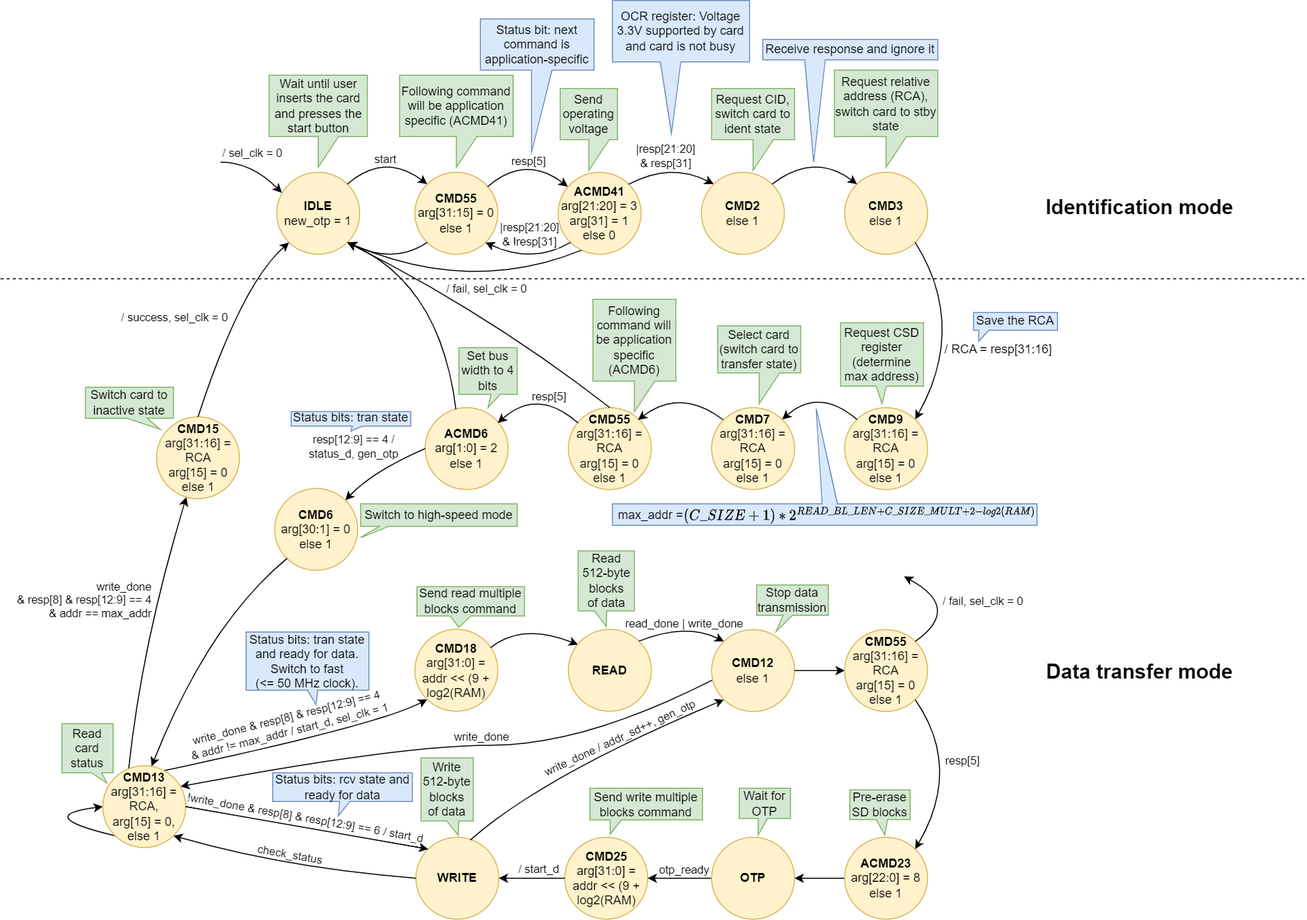
Before: docs/SD/SD_fpga_states.png, a diagram exported from draw.io (sirazenkov/GhostSD). Source tidied: cells renumbered, new cells last; positions are measured from the earlier drawing's top-left corner, leaving out a move shared by most shapes.
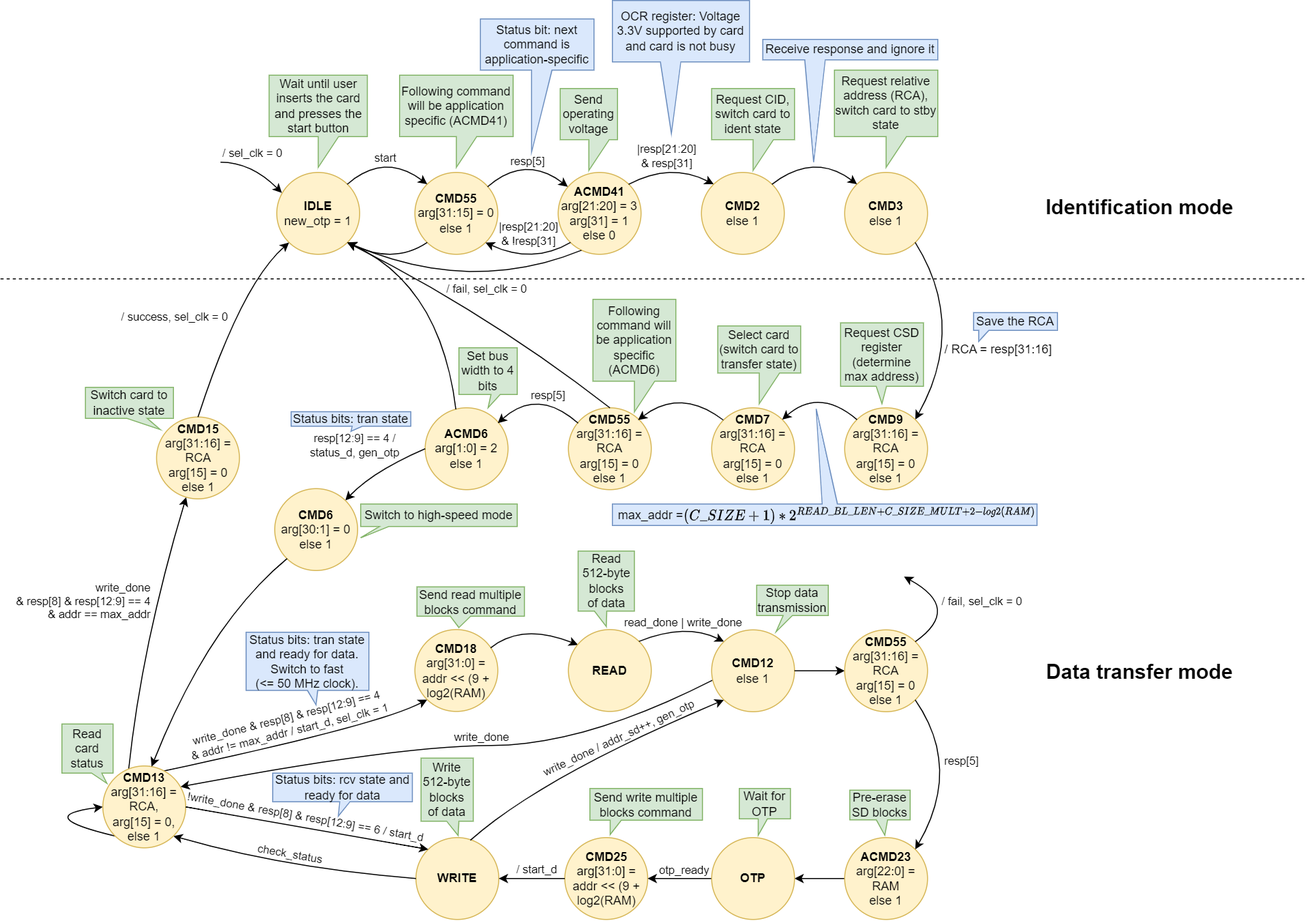
The same file after the commit.

Commit message:
Changed pre-erase command (ACMD23) argument to available RAM blocks

The edit, as a diff of the source:
```diff
@@ -398,7 +398,7 @@
     <mxCell id="85" style="edgeStyle=orthogonalEdgeStyle;rounded=0;jettySize=auto;html=1;entryX=1;entryY=0.5;entryDx=0;entryDy=0;" parent="1" edge="1" source="86" target="98">
       <mxGeometry relative="1" as="geometry" />
     </mxCell>
-    <mxCell id="86" value="&lt;b&gt;ACMD23&lt;/b&gt;&lt;br&gt;arg[22:0] = 8&lt;br&gt;else 1" style="ellipse;whiteSpace=wrap;html=1;fillColor=#fff2cc;strokeColor=#d6b656;" parent="1" vertex="1">
+    <mxCell id="86" value="&lt;b&gt;ACMD23&lt;/b&gt;&lt;br&gt;arg[22:0] = RAM&lt;br&gt;else 1" style="ellipse;whiteSpace=wrap;html=1;fillColor=#fff2cc;strokeColor=#d6b656;" parent="1" vertex="1">
       <mxGeometry x="825" y="818" width="81" height="80" as="geometry" />
     </mxCell>
     <mxCell id="87" value="Pre-erase SD blocks" style="shape=callout;whiteSpace=wrap;html=1;perimeter=calloutPerimeter;fillColor=#d5e8d4;strokeColor=#82b366;size=15;position=0.44;position2=0.58;base=11;" parent="1" vertex="1">
```
